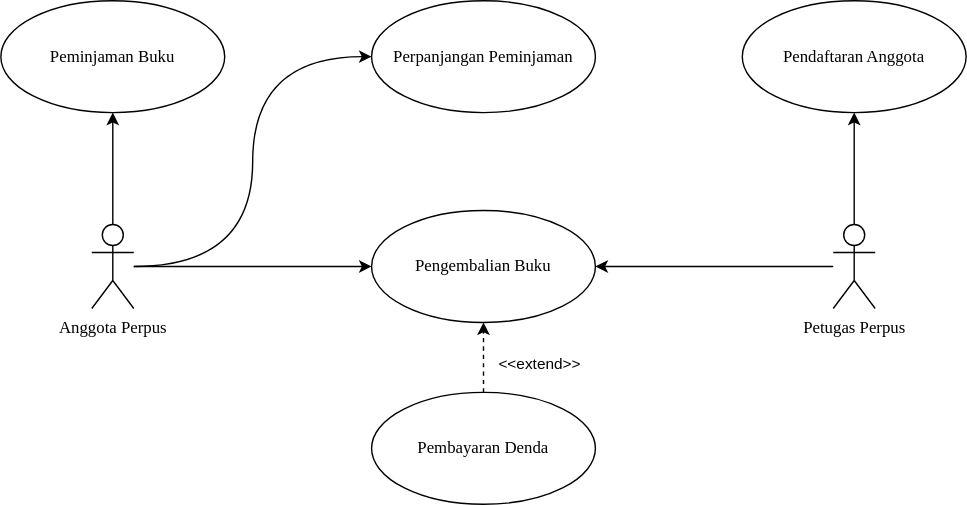
The draw.io diagram diagram-sisfo-perpustakaan-tubes-adbo.drawio.svg in fauzan-radji/diagrams, before a commit. Source tidied: cells renumbered, new cells last; positions are measured from the earlier drawing's top-left corner, leaving out a move shared by most shapes. Its diagram source:
```xml
<mxGraphModel>
  <root>
    <mxCell id="0" />
    <mxCell id="1" parent="0" />
    <mxCell id="2" value="Peminjaman Buku" style="ellipse;whiteSpace=wrap;html=1;fontFamily=Montserrat;fontSource=https%3A%2F%2Ffonts.googleapis.com%2Fcss%3Ffamily%3DMontserrat;rounded=1;" parent="1" vertex="1">
      <mxGeometry width="160" height="80" as="geometry" />
    </mxCell>
    <mxCell id="3" value="Pendaftaran Anggota" style="ellipse;whiteSpace=wrap;html=1;fontFamily=Montserrat;fontSource=https%3A%2F%2Ffonts.googleapis.com%2Fcss%3Ffamily%3DMontserrat;rounded=1;" parent="1" vertex="1">
      <mxGeometry x="530" width="160" height="80" as="geometry" />
    </mxCell>
    <mxCell id="4" value="Pengembalian Buku" style="ellipse;whiteSpace=wrap;html=1;fontFamily=Montserrat;fontSource=https%3A%2F%2Ffonts.googleapis.com%2Fcss%3Ffamily%3DMontserrat;rounded=1;" parent="1" vertex="1">
      <mxGeometry x="265" y="150" width="160" height="80" as="geometry" />
    </mxCell>
    <mxCell id="5" style="edgeStyle=orthogonalEdgeStyle;rounded=1;jettySize=auto;html=1;entryX=0;entryY=0.5;entryDx=0;entryDy=0;curved=1;" parent="1" edge="1" source="8" target="4">
      <mxGeometry relative="1" as="geometry" />
    </mxCell>
    <mxCell id="6" style="edgeStyle=orthogonalEdgeStyle;rounded=1;jettySize=auto;html=1;curved=1;entryX=0;entryY=0.5;entryDx=0;entryDy=0;" parent="1" edge="1" source="8" target="12">
      <mxGeometry relative="1" as="geometry" />
    </mxCell>
    <mxCell id="7" style="edgeStyle=orthogonalEdgeStyle;shape=connector;curved=1;rounded=1;jettySize=auto;html=1;labelBackgroundColor=default;fontFamily=Helvetica;fontSize=11;fontColor=default;endArrow=classic;strokeColor=default;" parent="1" edge="1" source="8" target="2">
      <mxGeometry relative="1" as="geometry" />
    </mxCell>
    <mxCell id="8" value="Anggota Perpus" style="shape=umlActor;verticalLabelPosition=bottom;verticalAlign=top;html=1;fontFamily=Montserrat;fontSource=https%3A%2F%2Ffonts.googleapis.com%2Fcss%3Ffamily%3DMontserrat;rounded=1;" parent="1" vertex="1">
      <mxGeometry x="65" y="160" width="30" height="60" as="geometry" />
    </mxCell>
    <mxCell id="9" style="edgeStyle=orthogonalEdgeStyle;rounded=1;jettySize=auto;html=1;entryX=1;entryY=0.5;entryDx=0;entryDy=0;curved=1;" parent="1" edge="1" source="11" target="4">
      <mxGeometry relative="1" as="geometry" />
    </mxCell>
    <mxCell id="10" style="edgeStyle=orthogonalEdgeStyle;rounded=1;jettySize=auto;html=1;curved=1;" parent="1" edge="1" source="11" target="3">
      <mxGeometry relative="1" as="geometry" />
    </mxCell>
    <mxCell id="11" value="Petugas Perpus" style="shape=umlActor;verticalLabelPosition=bottom;verticalAlign=top;html=1;fontFamily=Montserrat;fontSource=https%3A%2F%2Ffonts.googleapis.com%2Fcss%3Ffamily%3DMontserrat;rounded=1;" parent="1" vertex="1">
      <mxGeometry x="595" y="160" width="30" height="60" as="geometry" />
    </mxCell>
    <mxCell id="12" value="Perpanjangan Peminjaman" style="ellipse;whiteSpace=wrap;html=1;fontFamily=Montserrat;fontSource=https%3A%2F%2Ffonts.googleapis.com%2Fcss%3Ffamily%3DMontserrat;rounded=1;" parent="1" vertex="1">
      <mxGeometry x="265" width="160" height="80" as="geometry" />
    </mxCell>
    <mxCell id="13" value="Pembayaran Denda" style="ellipse;whiteSpace=wrap;html=1;fontFamily=Montserrat;fontSource=https%3A%2F%2Ffonts.googleapis.com%2Fcss%3Ffamily%3DMontserrat;rounded=1;" parent="1" vertex="1">
      <mxGeometry x="265" y="280" width="160" height="80" as="geometry" />
    </mxCell>
    <mxCell id="14" value="&amp;lt;&amp;lt;extend&amp;gt;&amp;gt;" style="edgeStyle=none;html=1;startArrow=none;endArrow=classic;startSize=12;verticalAlign=middle;dashed=1;labelBackgroundColor=default;rounded=1;fontFamily=Helvetica;fontSize=11;fontColor=default;strokeColor=default;shape=connector;curved=1;elbow=horizontal;startFill=0;" parent="1" edge="1" source="13" target="4">
      <mxGeometry x="-0.2" y="-40" relative="1" as="geometry" />
    </mxCell>
  </root>
</mxGraphModel>
```
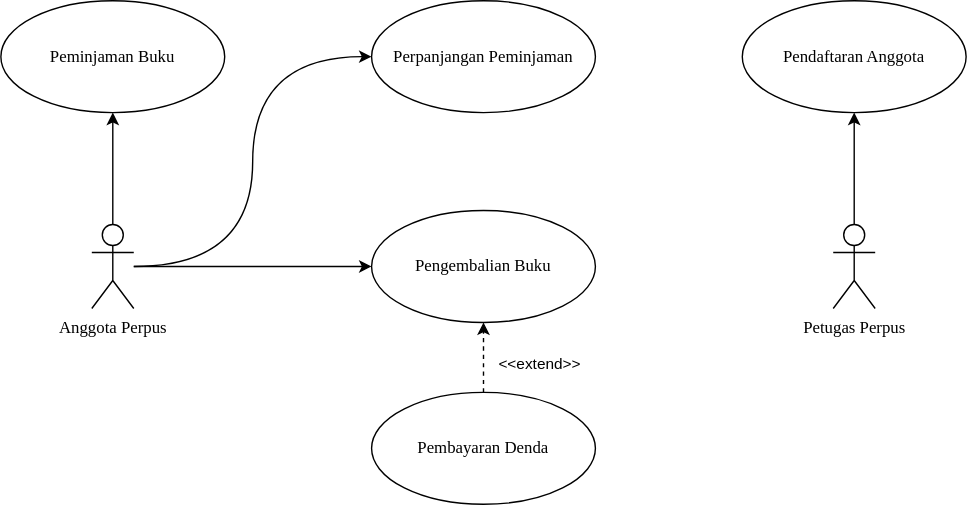
After the commit.

Diff of the diagram source:
```diff
@@ -23,9 +23,6 @@
     <mxCell id="8" value="Anggota Perpus" style="shape=umlActor;verticalLabelPosition=bottom;verticalAlign=top;html=1;fontFamily=Montserrat;fontSource=https%3A%2F%2Ffonts.googleapis.com%2Fcss%3Ffamily%3DMontserrat;rounded=1;" parent="1" vertex="1">
       <mxGeometry x="65" y="160" width="30" height="60" as="geometry" />
     </mxCell>
-    <mxCell id="9" style="edgeStyle=orthogonalEdgeStyle;rounded=1;jettySize=auto;html=1;entryX=1;entryY=0.5;entryDx=0;entryDy=0;curved=1;" parent="1" edge="1" source="11" target="4">
-      <mxGeometry relative="1" as="geometry" />
-    </mxCell>
     <mxCell id="10" style="edgeStyle=orthogonalEdgeStyle;rounded=1;jettySize=auto;html=1;curved=1;" parent="1" edge="1" source="11" target="3">
       <mxGeometry relative="1" as="geometry" />
     </mxCell>
```
